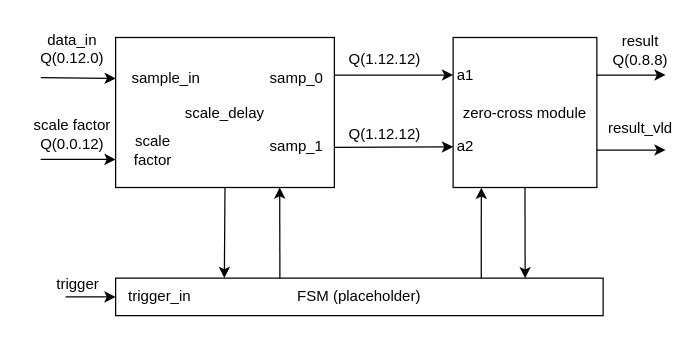
Above: page "CFD TOP" (1 of 3) of block_diagrams/CFD_block_diagram.drawio in maj77/DCFD (draw.io), before the change. Source tidied: cells renumbered, new cells numbered last; positions are measured from the earlier drawing's top-left corner, leaving out a move shared by most shapes. Both pictures are drawn from the tidied source at 125%, with x=0, y=0 at pixel (21, 21).
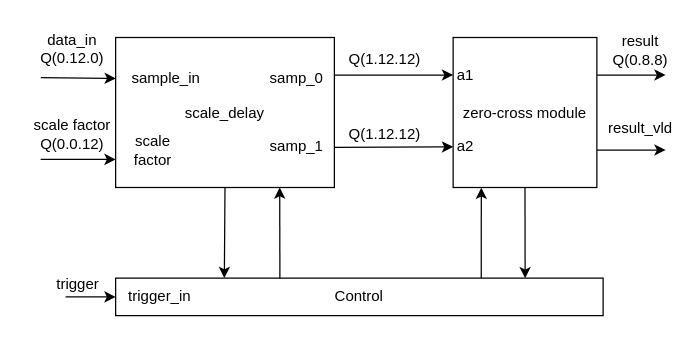
The same diagram, later.

Commit message (it also covers changes not shown here):
cfd top block diagram update

The edit, as a diff of the source:
```diff
@@
-    <mxCell id="19" value="FSM (placeholder)" style="rounded=0;whiteSpace=wrap;html=1;" parent="1" vertex="1">
+    <mxCell id="19" value="Control" style="rounded=0;whiteSpace=wrap;html=1;" parent="1" vertex="1">
       <mxGeometry x="75" y="205" width="390" height="30" as="geometry" />
     </mxCell>
```
